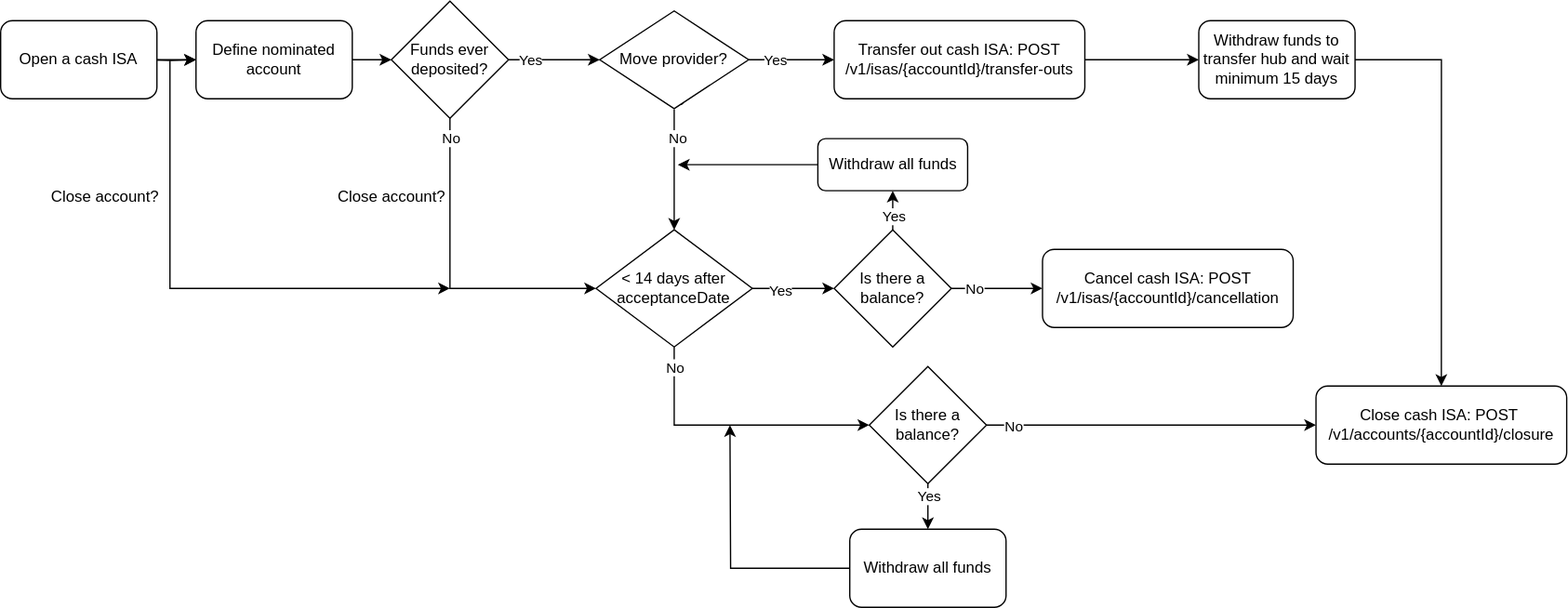
Above: static/assets/images/cash-isa-life-cycle.svg in clearbank/clearbank.github.io (draw.io), before the change. Source tidied: cells renumbered, new cells last; positions are measured from the earlier drawing's top-left corner, leaving out a move shared by most shapes.
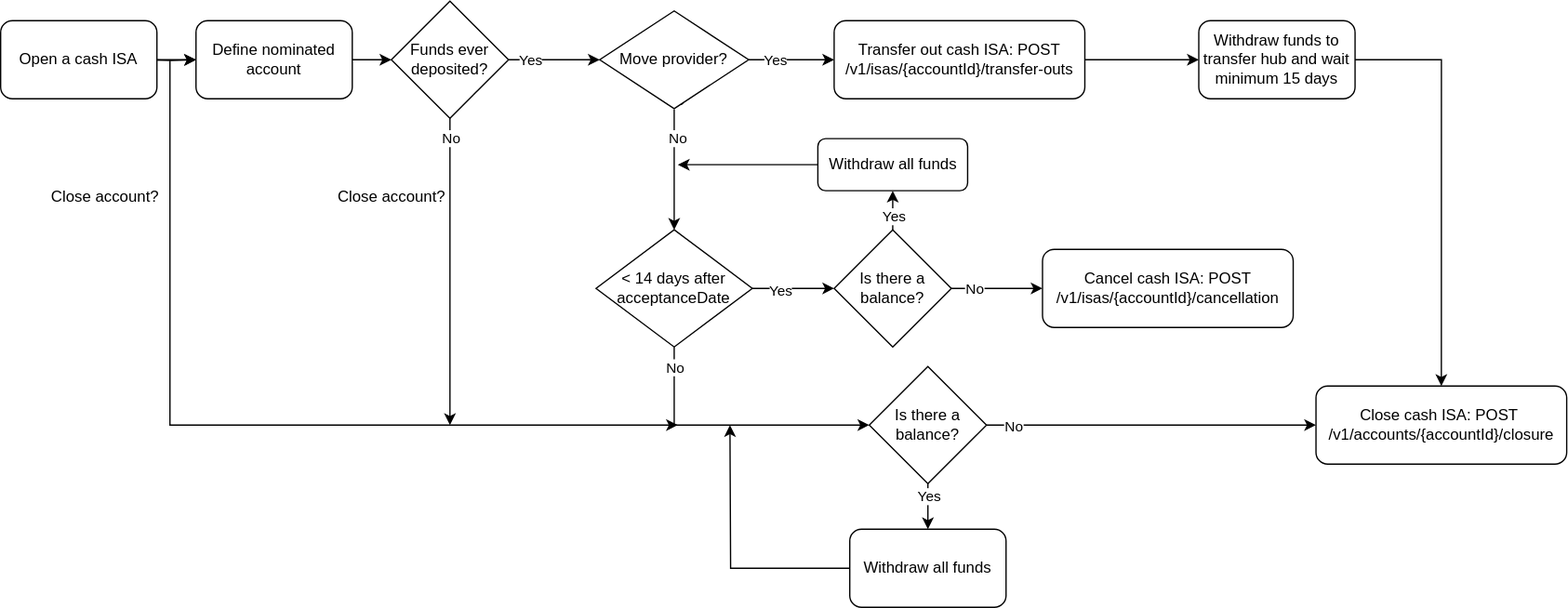
After the change.

The edit, as a diff of the source:
```diff
@@ -90,8 +90,9 @@
         <mxPoint x="2" as="offset" />
       </mxGeometry>
     </mxCell>
-    <mxCell id="26" style="edgeStyle=orthogonalEdgeStyle;rounded=0;jettySize=auto;html=1;entryX=0;entryY=0.5;entryDx=0;entryDy=0;" parent="1" edge="1" source="28" target="12">
+    <mxCell id="26" style="edgeStyle=orthogonalEdgeStyle;rounded=0;jettySize=auto;html=1;" parent="1" edge="1" source="28">
       <mxGeometry relative="1" as="geometry">
+        <mxPoint x="345" y="326" as="targetPoint" />
         <Array as="points">
           <mxPoint x="345" y="221" />
         </Array>
@@ -171,9 +172,9 @@
     <mxCell id="45" style="endArrow=classic;html=1;rounded=0;" parent="1" edge="1">
       <mxGeometry relative="1" as="geometry">
         <mxPoint x="130" y="46" as="sourcePoint" />
-        <mxPoint x="345" y="221" as="targetPoint" />
+        <mxPoint x="520" y="326" as="targetPoint" />
         <Array as="points">
-          <mxPoint x="130" y="221" />
+          <mxPoint x="130" y="326" />
         </Array>
       </mxGeometry>
     </mxCell>
```
